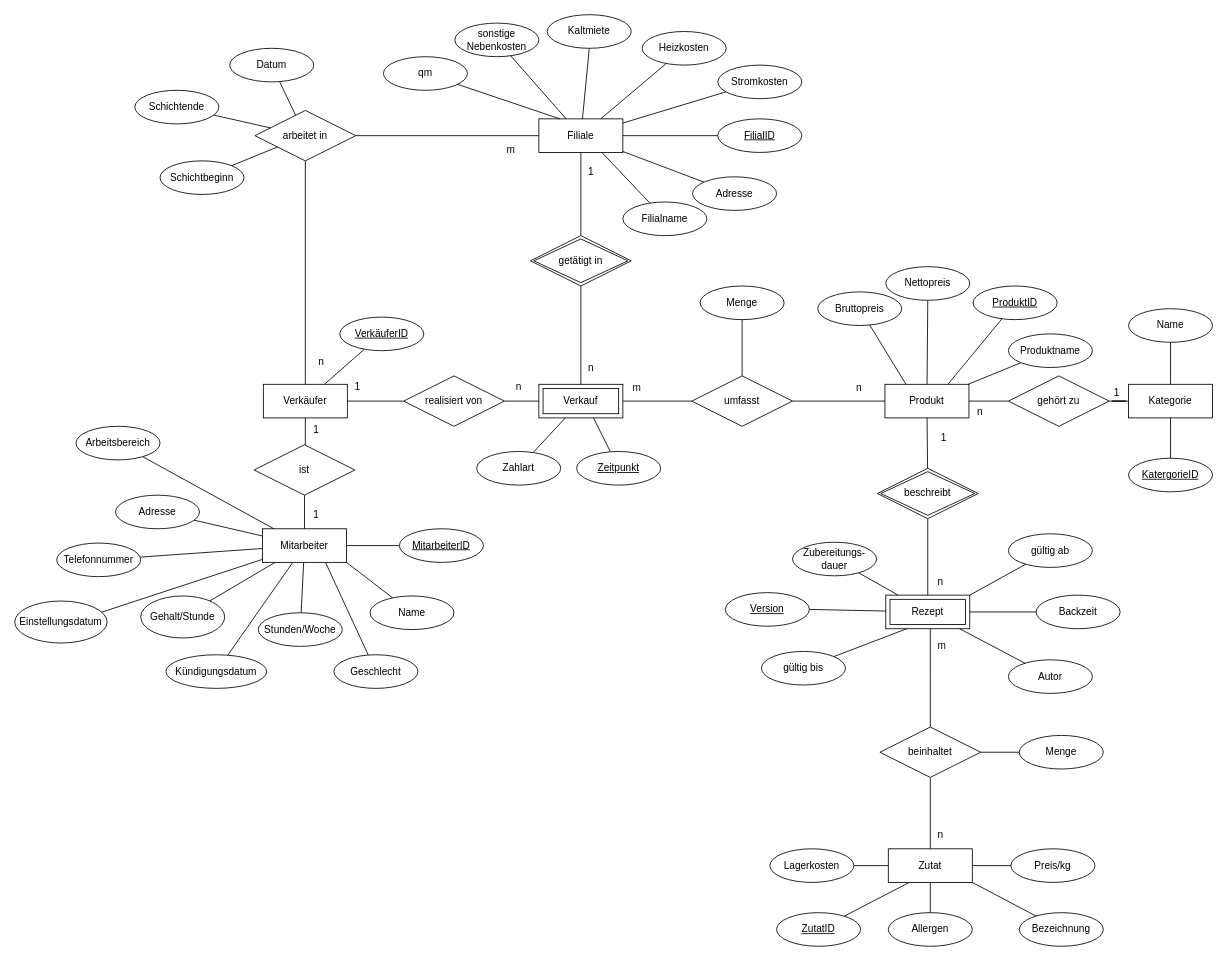
Earlier version of the draw.io diagram ERModell - BrotZeit.drawio (Thoerchen/BackZeit). Source tidied: cells renumbered, new cells numbered last; positions are measured from the earlier drawing's top-left corner, leaving out a move shared by most shapes. Both pictures are drawn from the tidied source at 84%, with x=0, y=0 at pixel (14, 14).
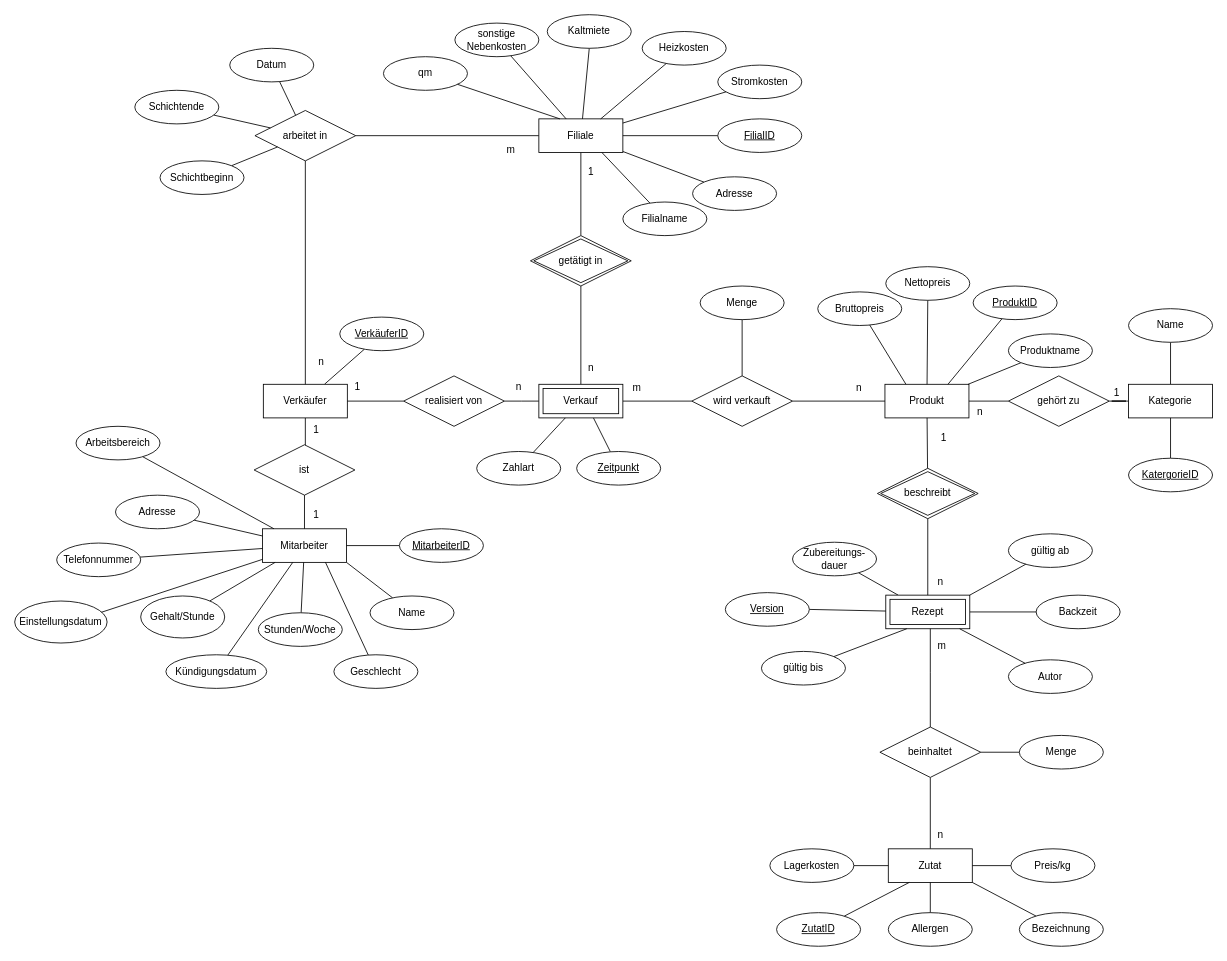
Above is the later version.

Commit message:
Änderung umfasst -> wird verkauft

Change to the diagram source:
```diff
@@
-    <mxCell id="54" value="umfasst" style="shape=rhombus;perimeter=rhombusPerimeter;whiteSpace=wrap;html=1;align=center;" parent="1" vertex="1">
+    <mxCell id="54" value="wird verkauft" style="shape=rhombus;perimeter=rhombusPerimeter;whiteSpace=wrap;html=1;align=center;" parent="1" vertex="1">
       <mxGeometry x="806" y="430" width="120" height="60" as="geometry" />
     </mxCell>
```
